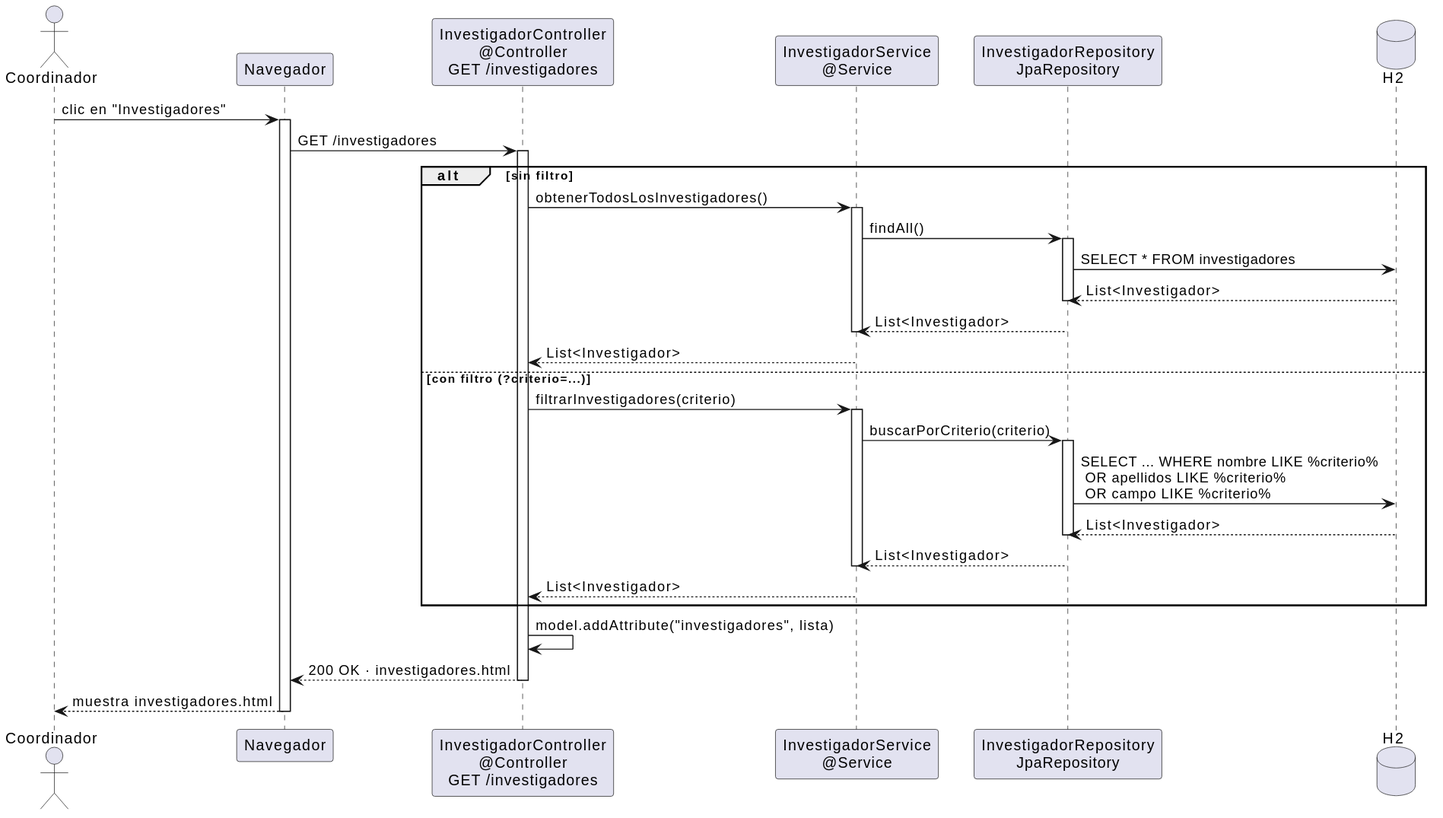
Above: images/diseño/coordinador/abrirInvestigadores-diseño.svg in 31Diego/25-26-idsw2-sdVC (PlantUML), before the change.
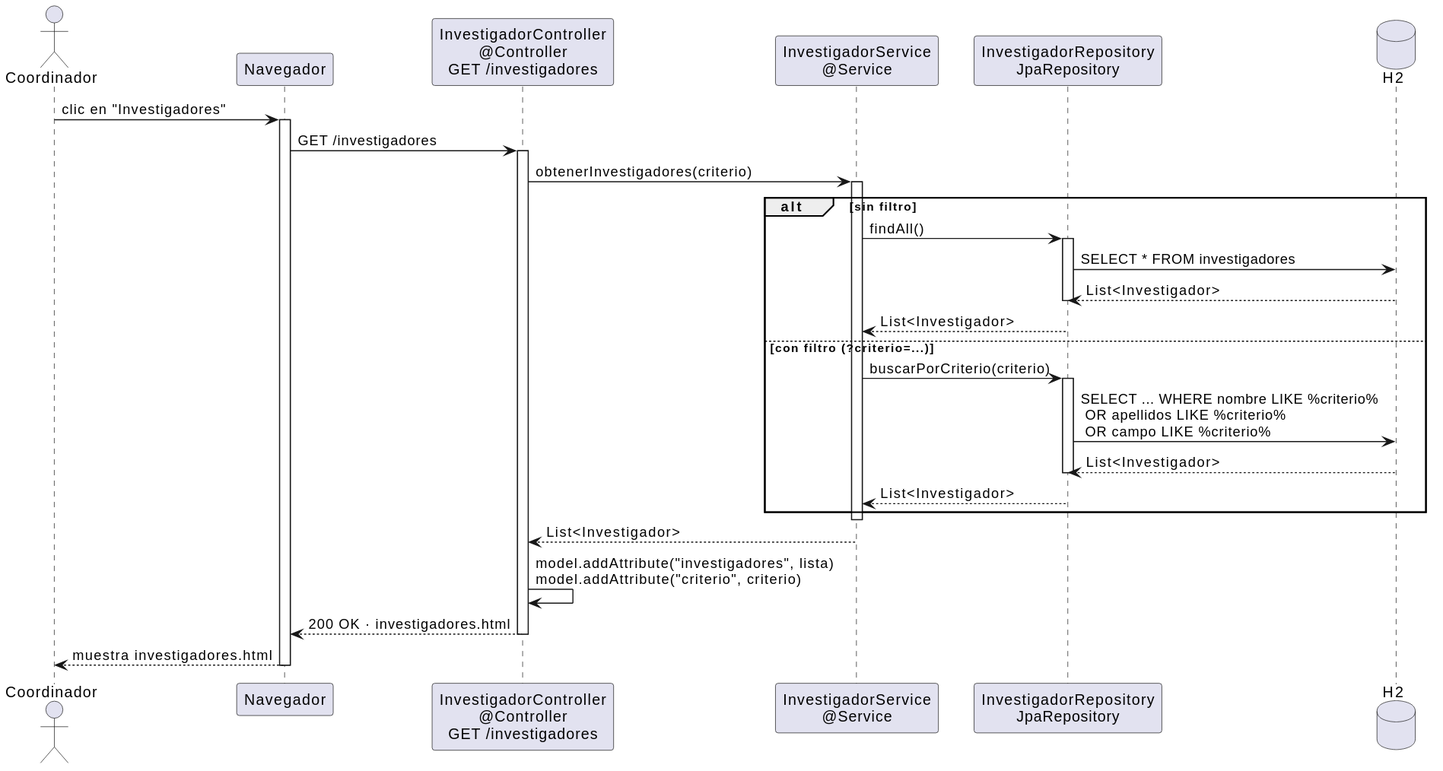
After the change.

Change to the diagram source:
```diff
@@ -13,31 +13,27 @@
 Nav -> Ctrl : GET /investigadores
 activate Ctrl
 
+Ctrl -> Service : obtenerInvestigadores(criterio)
+activate Service
 alt sin filtro
-    Ctrl -> Service : obtenerTodosLosInvestigadores()
-    activate Service
     Service -> Repo : findAll()
     activate Repo
     Repo -> DB : SELECT * FROM investigadores
     DB --> Repo : List<Investigador>
     deactivate Repo
     Repo --> Service : List<Investigador>
-    deactivate Service
-    Service --> Ctrl : List<Investigador>
 else con filtro (?criterio=...)
-    Ctrl -> Service : filtrarInvestigadores(criterio)
-    activate Service
     Service -> Repo : buscarPorCriterio(criterio)
     activate Repo
     Repo -> DB : SELECT ... WHERE nombre LIKE %criterio%\n OR apellidos LIKE %criterio%\n OR campo LIKE %criterio%
     DB --> Repo : List<Investigador>
     deactivate Repo
     Repo --> Service : List<Investigador>
-    deactivate Service
-    Service --> Ctrl : List<Investigador>
 end
+deactivate Service
+Service --> Ctrl : List<Investigador>
 
-Ctrl -> Ctrl : model.addAttribute("investigadores", lista)
+Ctrl -> Ctrl : model.addAttribute("investigadores", lista)\nmodel.addAttribute("criterio", criterio)
 Ctrl --> Nav : 200 OK · investigadores.html
 deactivate Ctrl
 Nav --> Coord : muestra investigadores.html
```
